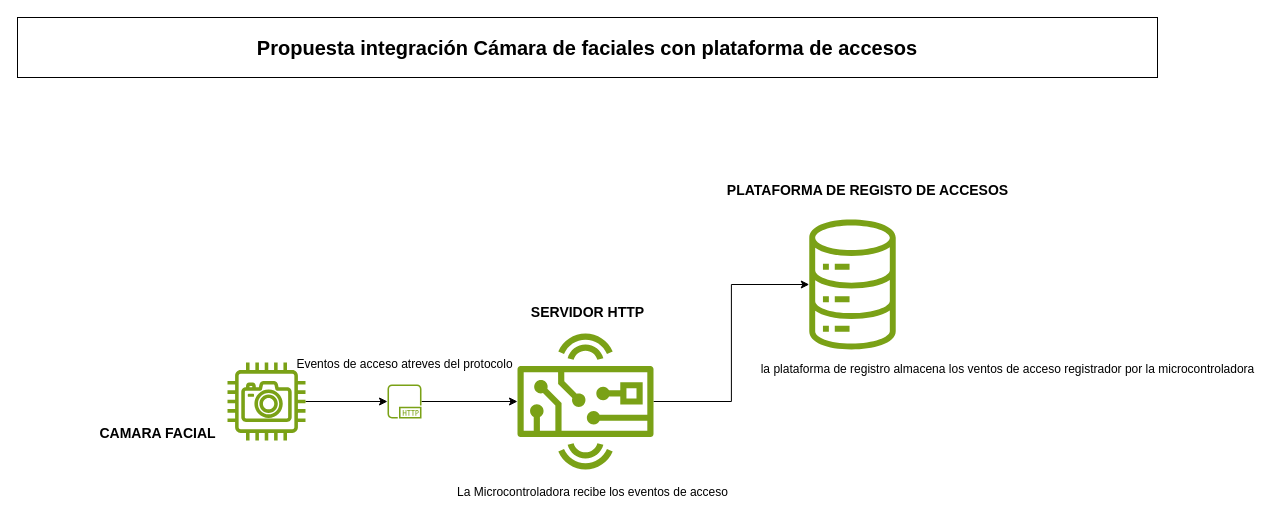
The draw.io diagram page "Arqui_facial_IoT" (1 of 5) of Diagrama sin título.drawio in juansanchezz/Prueba-IoT, before the edit. Source tidied: cells renumbered, new cells numbered last; positions are measured from the earlier drawing's top-left corner, leaving out a move shared by most shapes. Both pictures are drawn from the tidied source at 100%, with x=0, y=0 at pixel (17, 17).
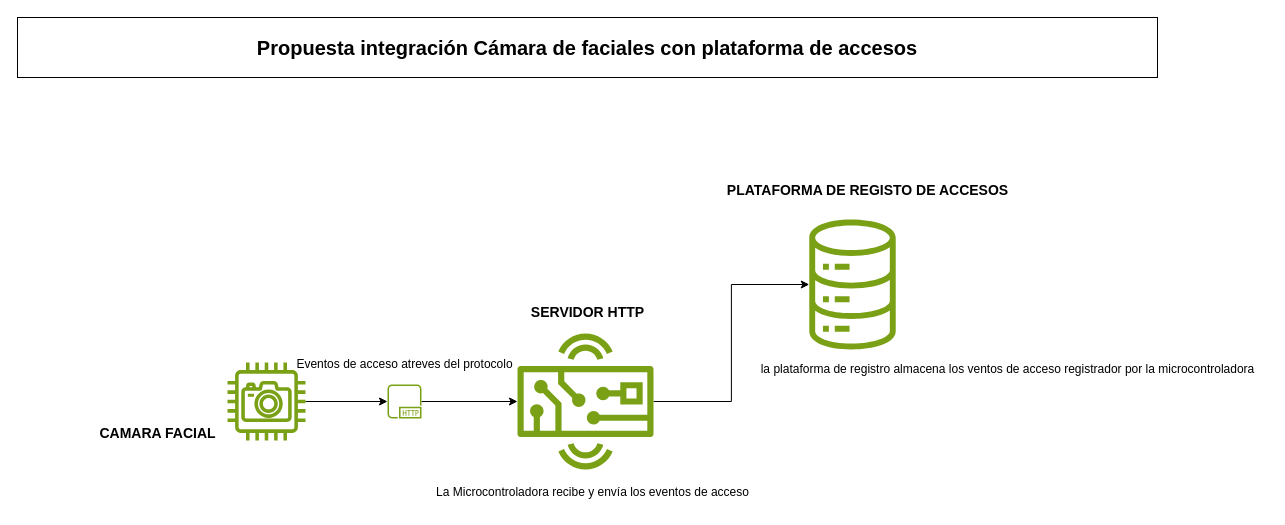
Above is the later version.

What changed in the source:
```diff
@@
 <mxGraphModel>
   <root>
     <mxCell id="0" />
     <mxCell id="1" parent="0" />
     <mxCell id="2" value="&lt;font style=&quot;font-size: 20px;&quot;&gt;&lt;b&gt;Propuesta integración Cámara de faciales con plataforma de accesos&lt;/b&gt;&lt;/font&gt;" style="rounded=0;whiteSpace=wrap;html=1;" parent="1" vertex="1">
       <mxGeometry width="1140" height="60" as="geometry" />
     </mxCell>
     <mxCell id="3" style="edgeStyle=orthogonalEdgeStyle;rounded=0;jettySize=auto;html=1;" parent="1" edge="1" source="4" target="6">
       <mxGeometry relative="1" as="geometry" />
     </mxCell>
     <mxCell id="4" style="sketch=0;outlineConnect=0;fontColor=#232F3E;gradientColor=none;fillColor=#7AA116;strokeColor=none;dashed=0;verticalLabelPosition=bottom;verticalAlign=top;align=center;html=1;fontSize=12;fontStyle=0;shape=mxgraph.aws4.camera;" parent="1" vertex="1">
       <mxGeometry x="210" y="345" width="78" height="78" as="geometry" />
     </mxCell>
     <mxCell id="5" style="edgeStyle=orthogonalEdgeStyle;rounded=0;jettySize=auto;html=1;" parent="1" edge="1" source="6" target="8">
       <mxGeometry relative="1" as="geometry" />
     </mxCell>
     <mxCell id="6" style="sketch=0;outlineConnect=0;fontColor=#232F3E;gradientColor=none;fillColor=#7AA116;strokeColor=none;dashed=0;verticalLabelPosition=bottom;verticalAlign=top;align=center;html=1;fontSize=12;fontStyle=0;shape=mxgraph.aws4.http_protocol;" parent="1" vertex="1">
       <mxGeometry x="370" y="367" width="34" height="34" as="geometry" />
     </mxCell>
     <mxCell id="7" style="edgeStyle=orthogonalEdgeStyle;rounded=0;jettySize=auto;html=1;" parent="1" edge="1" source="8" target="11">
       <mxGeometry relative="1" as="geometry" />
     </mxCell>
     <mxCell id="8" style="sketch=0;outlineConnect=0;fontColor=#232F3E;gradientColor=none;fillColor=#7AA116;strokeColor=none;dashed=0;verticalLabelPosition=bottom;verticalAlign=top;align=center;html=1;fontSize=12;fontStyle=0;shape=mxgraph.aws4.hardware_board;" parent="1" vertex="1">
       <mxGeometry x="500" y="316" width="136" height="136" as="geometry" />
     </mxCell>
-    <mxCell id="9" value="La Microcontroladora recibe los eventos de acceso" style="text;html=1;align=center;verticalAlign=middle;strokeColor=none;fillColor=none;" parent="1" vertex="1">
-      <mxGeometry x="430" y="460" width="290" height="30" as="geometry" />
+    <mxCell id="9" value="La Microcontroladora recibe y envía los eventos de acceso" style="text;html=1;align=center;verticalAlign=middle;strokeColor=none;fillColor=none;" parent="1" vertex="1">
+      <mxGeometry x="405" y="460" width="340" height="30" as="geometry" />
     </mxCell>
     <mxCell id="10" value="Eventos de acceso atreves del protocolo" style="text;html=1;align=center;verticalAlign=middle;strokeColor=none;fillColor=none;" parent="1" vertex="1">
       <mxGeometry x="267" y="332" width="240" height="30" as="geometry" />
     </mxCell>
     <mxCell id="11" style="sketch=0;outlineConnect=0;fontColor=#232F3E;gradientColor=none;fillColor=#7AA116;strokeColor=none;dashed=0;verticalLabelPosition=bottom;verticalAlign=top;align=center;html=1;fontSize=12;fontStyle=0;shape=mxgraph.aws4.iot_analytics_data_store;" parent="1" vertex="1">
       <mxGeometry x="790" y="202" width="90" height="130" as="geometry" />
     </mxCell>
     <mxCell id="12" value="la plataforma de registro almacena los ventos de acceso registrador por la microcontroladora" style="text;html=1;align=center;verticalAlign=middle;strokeColor=none;fillColor=none;" parent="1" vertex="1">
       <mxGeometry x="730" y="337" width="520" height="30" as="geometry" />
     </mxCell>
     <mxCell id="13" value="&lt;b&gt;&lt;font style=&quot;font-size: 14px;&quot;&gt;CAMARA FACIAL&lt;/font&gt;&lt;/b&gt;" style="text;html=1;align=center;verticalAlign=middle;strokeColor=none;fillColor=none;" parent="1" vertex="1">
       <mxGeometry x="70" y="401" width="140" height="30" as="geometry" />
     </mxCell>
     <mxCell id="14" value="&lt;b&gt;&lt;font style=&quot;font-size: 14px;&quot;&gt;SERVIDOR HTTP&lt;/font&gt;&lt;/b&gt;" style="text;html=1;align=center;verticalAlign=middle;strokeColor=none;fillColor=none;" parent="1" vertex="1">
       <mxGeometry x="500" y="280" width="140" height="30" as="geometry" />
     </mxCell>
     <mxCell id="15" value="&lt;b&gt;&lt;font style=&quot;font-size: 14px;&quot;&gt;PLATAFORMA DE REGISTO DE ACCESOS&lt;/font&gt;&lt;/b&gt;" style="text;html=1;align=center;verticalAlign=middle;strokeColor=none;fillColor=none;" parent="1" vertex="1">
       <mxGeometry x="700" y="158" width="300" height="30" as="geometry" />
     </mxCell>
   </root>
 </mxGraphModel>
```
